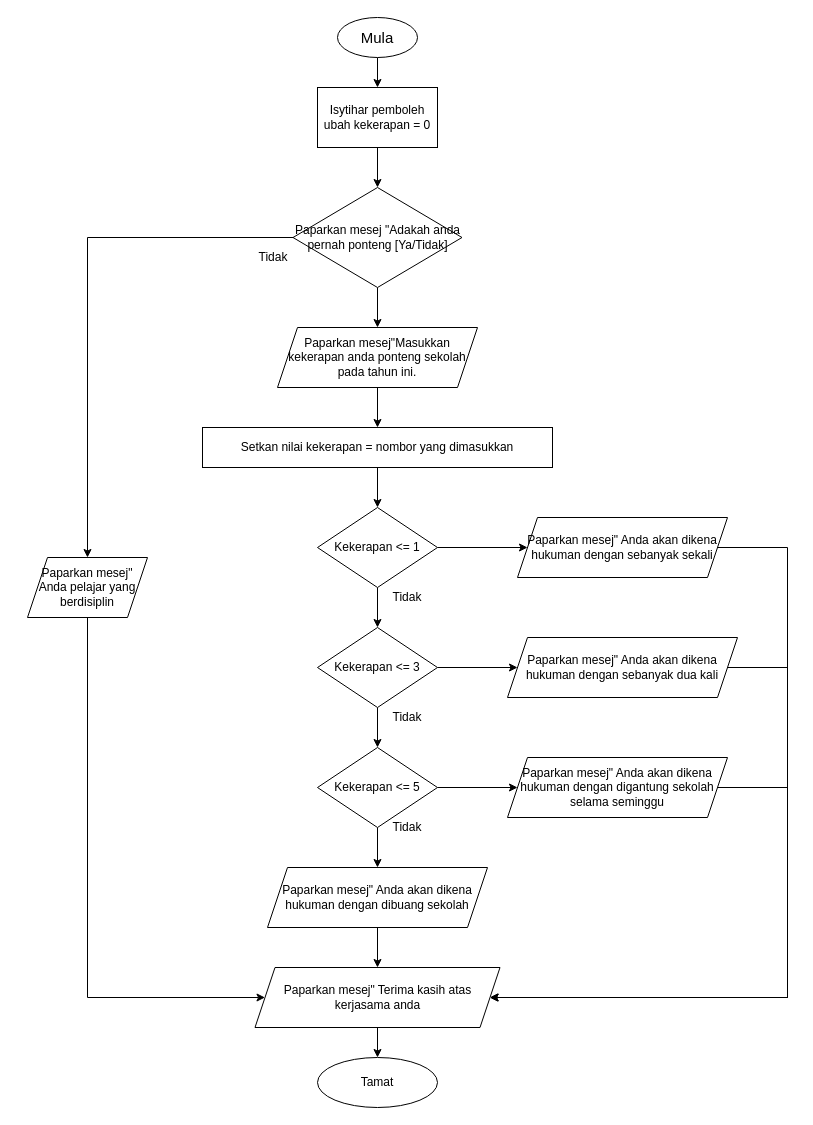
This is Untitled Diagram.drawio from EzraChai/py, a draw.io file, before an edit. Source tidied: cells renumbered, new cells numbered last; positions are measured from the earlier drawing's top-left corner, leaving out a move shared by most shapes. Both pictures are drawn from the tidied source at 100%, with x=0, y=0 at pixel (27, 17).
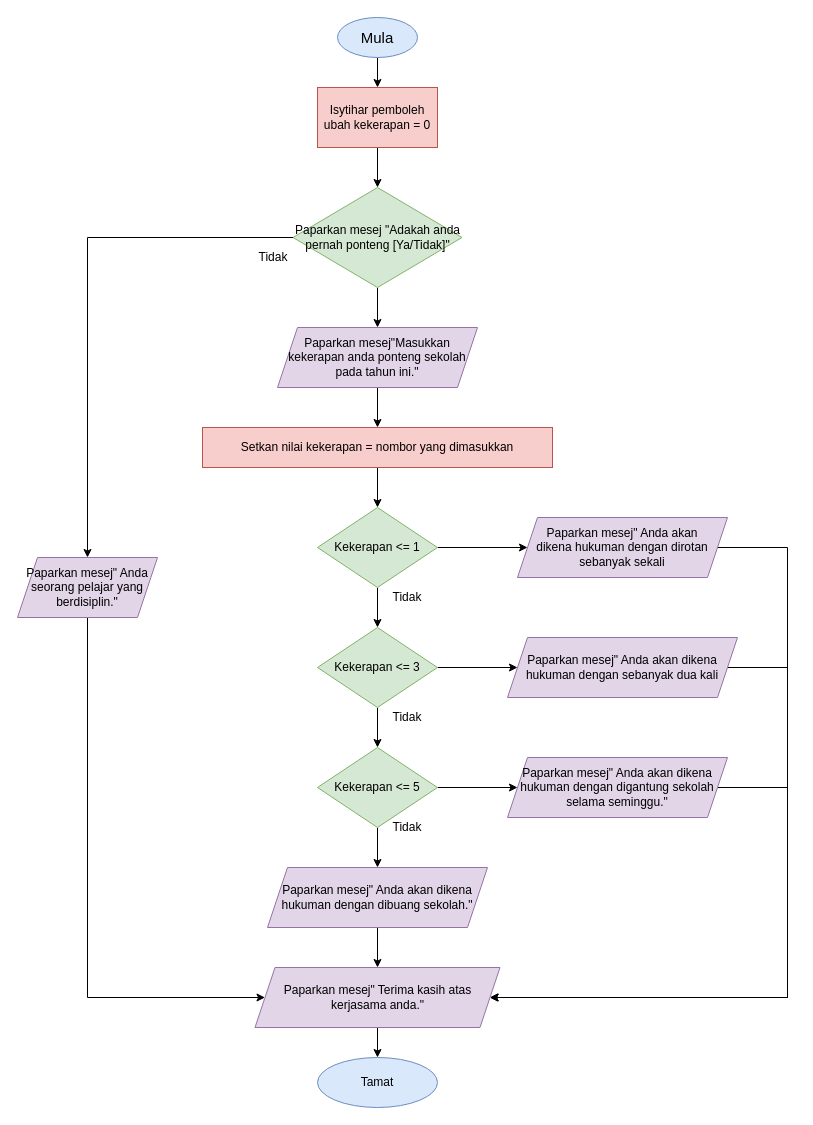
The same page after the edit.

The edit, as a diff of the source:
```diff
@@
-    <mxCell id="3" value="&lt;font style=&quot;font-size: 15px&quot;&gt;Mula&lt;/font&gt;" style="ellipse;whiteSpace=wrap;html=1;" parent="1" vertex="1">
+    <mxCell id="3" value="&lt;font style=&quot;font-size: 15px&quot;&gt;Mula&lt;/font&gt;" style="ellipse;whiteSpace=wrap;html=1;fillColor=#dae8fc;strokeColor=#6c8ebf;" parent="1" vertex="1">
       <mxGeometry x="310" width="80" height="40" as="geometry" />
     </mxCell>
@@
-    <mxCell id="5" value="Isytihar pemboleh ubah kekerapan = 0" style="whiteSpace=wrap;html=1;" parent="1" vertex="1">
+    <mxCell id="5" value="Isytihar pemboleh ubah kekerapan = 0" style="whiteSpace=wrap;html=1;fillColor=#f8cecc;strokeColor=#b85450;" parent="1" vertex="1">
       <mxGeometry x="290" y="70" width="120" height="60" as="geometry" />
     </mxCell>
@@
-    <mxCell id="7" value="Paparkan mesej&quot;Masukkan kekerapan anda ponteng sekolah pada tahun ini." style="shape=parallelogram;perimeter=parallelogramPerimeter;whiteSpace=wrap;html=1;fixedSize=1;" parent="1" vertex="1">
+    <mxCell id="7" value="Paparkan mesej&quot;Masukkan kekerapan anda ponteng sekolah pada tahun ini.&quot;" style="shape=parallelogram;perimeter=parallelogramPerimeter;whiteSpace=wrap;html=1;fixedSize=1;fillColor=#e1d5e7;strokeColor=#9673a6;" parent="1" vertex="1">
       <mxGeometry x="250" y="310" width="200" height="60" as="geometry" />
     </mxCell>
@@
-    <mxCell id="9" value="Setkan nilai kekerapan = nombor yang dimasukkan" style="whiteSpace=wrap;html=1;" parent="1" vertex="1">
+    <mxCell id="9" value="Setkan nilai kekerapan = nombor yang dimasukkan" style="whiteSpace=wrap;html=1;fillColor=#f8cecc;strokeColor=#b85450;" parent="1" vertex="1">
       <mxGeometry x="175" y="410" width="350" height="40" as="geometry" />
     </mxCell>
@@
-    <mxCell id="13" value="Kekerapan &amp;lt;= 1" style="rhombus;whiteSpace=wrap;html=1;" parent="1" vertex="1">
+    <mxCell id="13" value="Kekerapan &amp;lt;= 1" style="rhombus;whiteSpace=wrap;html=1;fillColor=#d5e8d4;strokeColor=#82b366;" parent="1" vertex="1">
       <mxGeometry x="290" y="490" width="120" height="80" as="geometry" />
     </mxCell>
@@
-    <mxCell id="16" value="Kekerapan &amp;lt;= 3" style="rhombus;whiteSpace=wrap;html=1;" parent="1" vertex="1">
+    <mxCell id="16" value="Kekerapan &amp;lt;= 3" style="rhombus;whiteSpace=wrap;html=1;fillColor=#d5e8d4;strokeColor=#82b366;" parent="1" vertex="1">
       <mxGeometry x="290" y="610" width="120" height="80" as="geometry" />
     </mxCell>
@@
-    <mxCell id="19" value="Kekerapan &amp;lt;= 5" style="rhombus;whiteSpace=wrap;html=1;" parent="1" vertex="1">
+    <mxCell id="19" value="Kekerapan &amp;lt;= 5" style="rhombus;whiteSpace=wrap;html=1;fillColor=#d5e8d4;strokeColor=#82b366;" parent="1" vertex="1">
       <mxGeometry x="290" y="730" width="120" height="80" as="geometry" />
     </mxCell>
@@
-    <mxCell id="22" value="Paparkan mesej &quot;Adakah anda pernah ponteng [Ya/Tidak]" style="rhombus;whiteSpace=wrap;html=1;" parent="1" vertex="1">
+    <mxCell id="22" value="Paparkan mesej &quot;Adakah anda pernah ponteng [Ya/Tidak]&quot;" style="rhombus;whiteSpace=wrap;html=1;fillColor=#d5e8d4;strokeColor=#82b366;" parent="1" vertex="1">
       <mxGeometry x="265.5" y="170" width="169" height="100" as="geometry" />
     </mxCell>
@@
-    <mxCell id="24" value="Paparkan mesej&quot; Terima kasih atas kerjasama anda" style="shape=parallelogram;perimeter=parallelogramPerimeter;whiteSpace=wrap;html=1;fixedSize=1;" parent="1" vertex="1">
+    <mxCell id="24" value="Paparkan mesej&quot; Terima kasih atas kerjasama anda.&quot;" style="shape=parallelogram;perimeter=parallelogramPerimeter;whiteSpace=wrap;html=1;fixedSize=1;fillColor=#e1d5e7;strokeColor=#9673a6;" parent="1" vertex="1">
       <mxGeometry x="227.5" y="950" width="245" height="60" as="geometry" />
     </mxCell>
@@
-    <mxCell id="26" value="Paparkan mesej&quot; Anda pelajar yang berdisiplin" style="shape=parallelogram;perimeter=parallelogramPerimeter;whiteSpace=wrap;html=1;fixedSize=1;" parent="1" vertex="1">
-      <mxGeometry y="540" width="120" height="60" as="geometry" />
+    <mxCell id="26" value="Paparkan mesej&quot; Anda seorang pelajar yang berdisiplin.&quot;" style="shape=parallelogram;perimeter=parallelogramPerimeter;whiteSpace=wrap;html=1;fixedSize=1;fillColor=#e1d5e7;strokeColor=#9673a6;" parent="1" vertex="1">
+      <mxGeometry x="-10" y="540" width="140" height="60" as="geometry" />
     </mxCell>
@@
-    <mxCell id="28" value="&lt;span&gt;Paparkan mesej&quot; Anda akan dikena hukuman dengan dibuang sekolah&lt;/span&gt;" style="shape=parallelogram;perimeter=parallelogramPerimeter;whiteSpace=wrap;html=1;fixedSize=1;" parent="1" vertex="1">
+    <mxCell id="28" value="&lt;span&gt;Paparkan mesej&quot; Anda akan dikena hukuman dengan dibuang sekolah.&quot;&lt;/span&gt;" style="shape=parallelogram;perimeter=parallelogramPerimeter;whiteSpace=wrap;html=1;fixedSize=1;fillColor=#e1d5e7;strokeColor=#9673a6;" parent="1" vertex="1">
       <mxGeometry x="240" y="850" width="220" height="60" as="geometry" />
     </mxCell>
@@
-    <mxCell id="30" value="&lt;span&gt;Paparkan mesej&quot; Anda akan dikena hukuman dengan sebanyak sekali&lt;/span&gt;" style="shape=parallelogram;perimeter=parallelogramPerimeter;whiteSpace=wrap;html=1;fixedSize=1;" parent="1" vertex="1">
+    <mxCell id="30" value="&lt;div&gt;&lt;span&gt;Paparkan mesej&quot; Anda akan &lt;br&gt;&lt;/span&gt;&lt;/div&gt;&lt;div&gt;&lt;span&gt;dikena hukuman dengan dirotan sebanyak sekali&lt;/span&gt;&lt;/div&gt;" style="shape=parallelogram;perimeter=parallelogramPerimeter;whiteSpace=wrap;html=1;fixedSize=1;fillColor=#e1d5e7;strokeColor=#9673a6;" parent="1" vertex="1">
       <mxGeometry x="490" y="500" width="210" height="60" as="geometry" />
     </mxCell>
@@
-    <mxCell id="32" value="&lt;span&gt;Paparkan mesej&quot; Anda akan dikena hukuman dengan sebanyak dua kali&lt;/span&gt;" style="shape=parallelogram;perimeter=parallelogramPerimeter;whiteSpace=wrap;html=1;fixedSize=1;" parent="1" vertex="1">
+    <mxCell id="32" value="&lt;span&gt;Paparkan mesej&quot; Anda akan dikena hukuman dengan sebanyak dua kali&lt;/span&gt;" style="shape=parallelogram;perimeter=parallelogramPerimeter;whiteSpace=wrap;html=1;fixedSize=1;fillColor=#e1d5e7;strokeColor=#9673a6;" parent="1" vertex="1">
       <mxGeometry x="480" y="620" width="230" height="60" as="geometry" />
     </mxCell>
@@
-    <mxCell id="34" value="&lt;span&gt;Paparkan mesej&quot; Anda akan dikena hukuman dengan digantung sekolah selama seminggu&lt;/span&gt;" style="shape=parallelogram;perimeter=parallelogramPerimeter;whiteSpace=wrap;html=1;fixedSize=1;" parent="1" vertex="1">
+    <mxCell id="34" value="&lt;span&gt;Paparkan mesej&quot; Anda akan dikena hukuman dengan digantung sekolah selama seminggu.&quot;&lt;/span&gt;" style="shape=parallelogram;perimeter=parallelogramPerimeter;whiteSpace=wrap;html=1;fixedSize=1;fillColor=#e1d5e7;strokeColor=#9673a6;" parent="1" vertex="1">
       <mxGeometry x="480" y="740" width="220" height="60" as="geometry" />
     </mxCell>
-    <mxCell id="35" value="Tamat" style="ellipse;whiteSpace=wrap;html=1;" parent="1" vertex="1">
+    <mxCell id="35" value="Tamat" style="ellipse;whiteSpace=wrap;html=1;fillColor=#dae8fc;strokeColor=#6c8ebf;" parent="1" vertex="1">
       <mxGeometry x="290" y="1040" width="120" height="50" as="geometry" />
     </mxCell>
```
